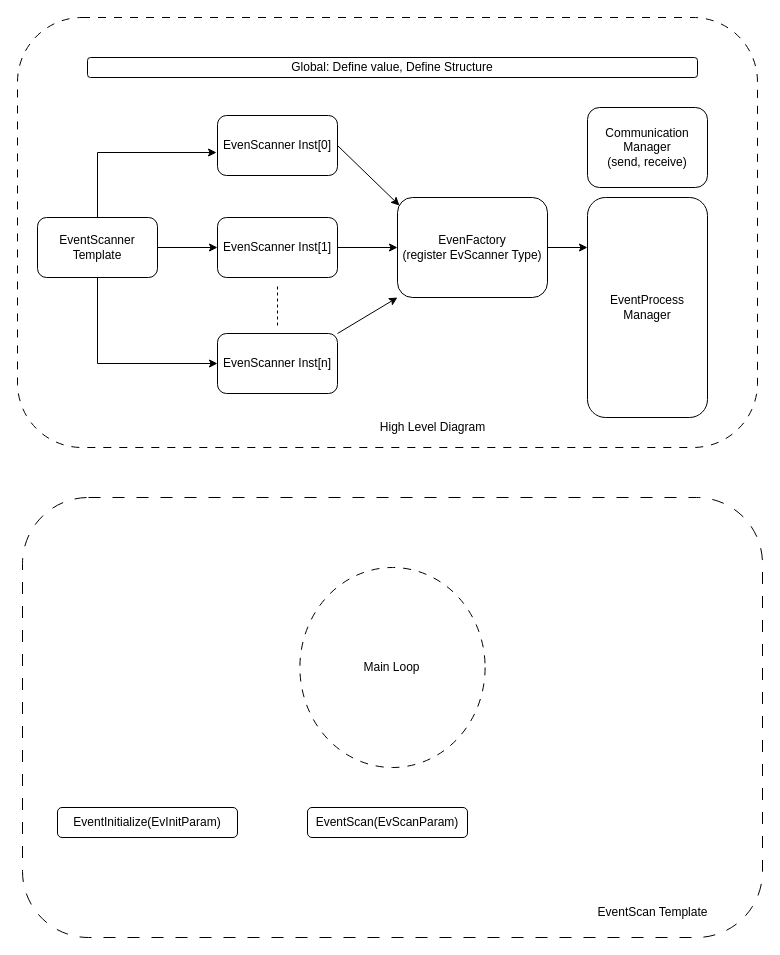
Earlier version of the draw.io diagram PNIXEventProcess.drawio (huunhan312/CodeDiagram). Source tidied: cells renumbered, new cells numbered last; positions are measured from the earlier drawing's top-left corner, leaving out a move shared by most shapes. Both pictures are drawn from the tidied source at 100%, with x=0, y=0 at pixel (17, 17).
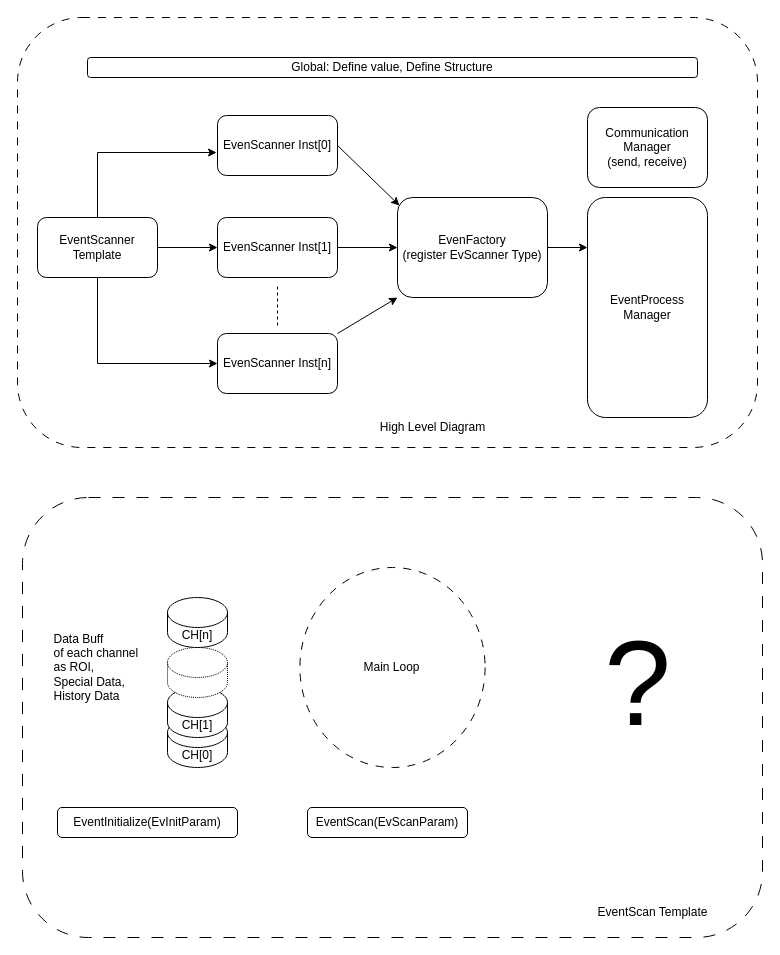
The same diagram, later.

Change to the diagram source:
```diff
@@
+    <mxCell id="19" style="rounded=1;whiteSpace=wrap;html=1;fillColor=none;dashed=1;dashPattern=12 12;" parent="1" vertex="1">
+      <mxGeometry x="5" y="480" width="740" height="440" as="geometry" />
+    </mxCell>
@@
-    <mxCell id="19" style="rounded=1;whiteSpace=wrap;html=1;fillColor=none;dashed=1;dashPattern=12 12;" parent="1" vertex="1">
-      <mxGeometry x="5" y="480" width="740" height="440" as="geometry" />
-    </mxCell>
@@
+    <mxCell id="25" value="CH[0]" style="shape=cylinder3;whiteSpace=wrap;html=1;boundedLbl=1;backgroundOutline=1;size=15;" parent="1" vertex="1">
+      <mxGeometry x="150" y="700" width="60" height="50" as="geometry" />
+    </mxCell>
+    <mxCell id="26" value="CH[1]" style="shape=cylinder3;whiteSpace=wrap;html=1;boundedLbl=1;backgroundOutline=1;size=15;" parent="1" vertex="1">
+      <mxGeometry x="150" y="670" width="60" height="50" as="geometry" />
+    </mxCell>
+    <mxCell id="27" style="shape=cylinder3;whiteSpace=wrap;html=1;boundedLbl=1;backgroundOutline=1;size=15;dashed=1;dashPattern=1 1;" parent="1" vertex="1">
+      <mxGeometry x="150" y="630" width="60" height="50" as="geometry" />
+    </mxCell>
+    <mxCell id="28" value="CH[n]" style="shape=cylinder3;whiteSpace=wrap;html=1;boundedLbl=1;backgroundOutline=1;size=15;" parent="1" vertex="1">
+      <mxGeometry x="150" y="580" width="60" height="50" as="geometry" />
+    </mxCell>
+    <mxCell id="29" value="&lt;div style=&quot;text-align: justify;&quot;&gt;&lt;span style=&quot;background-color: initial;&quot;&gt;Data Buff&amp;nbsp;&lt;/span&gt;&lt;/div&gt;&lt;div style=&quot;text-align: justify;&quot;&gt;&lt;span style=&quot;background-color: initial;&quot;&gt;of each channel&amp;nbsp;&lt;/span&gt;&lt;/div&gt;&lt;div style=&quot;text-align: justify;&quot;&gt;&lt;span style=&quot;background-color: initial;&quot;&gt;as ROI,&amp;nbsp;&lt;/span&gt;&lt;/div&gt;&lt;div style=&quot;text-align: left;&quot;&gt;&lt;span style=&quot;background-color: initial;&quot;&gt;Special Data,&amp;nbsp;&lt;/span&gt;&lt;/div&gt;&lt;div style=&quot;text-align: justify;&quot;&gt;&lt;span style=&quot;background-color: initial;&quot;&gt;History Data&lt;/span&gt;&lt;/div&gt;" style="text;html=1;align=center;verticalAlign=middle;strokeColor=none;fillColor=none;" parent="1" vertex="1">
+      <mxGeometry x="25" y="605" width="110" height="90" as="geometry" />
+    </mxCell>
+    <mxCell id="30" value="&lt;div style=&quot;text-align: justify;&quot;&gt;&lt;font style=&quot;font-size: 120px;&quot;&gt;?&lt;/font&gt;&lt;/div&gt;" style="text;html=1;align=center;verticalAlign=middle;strokeColor=none;fillColor=none;" parent="1" vertex="1">
+      <mxGeometry x="575" y="585" width="90" height="160" as="geometry" />
+    </mxCell>
```
